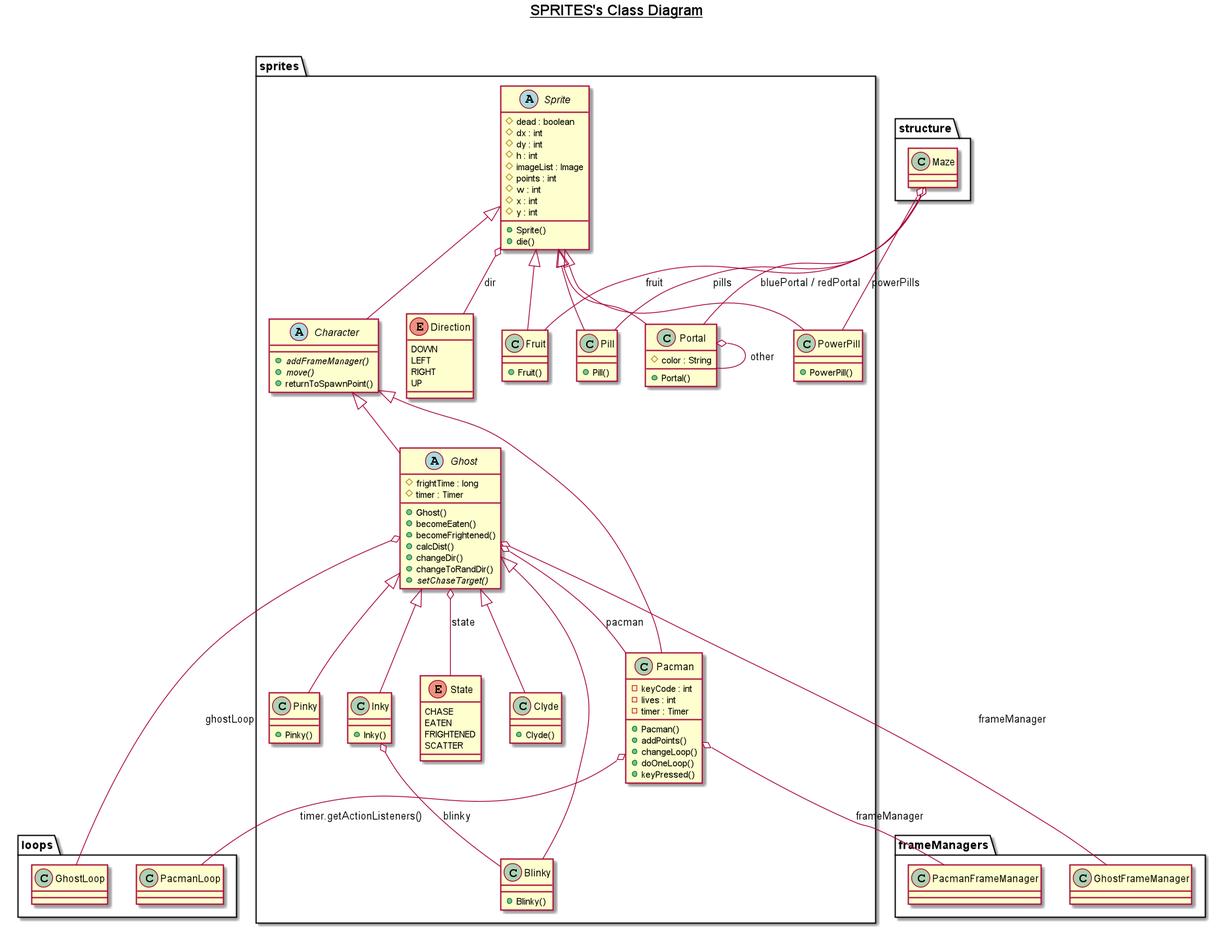
Before: UMLs/sprites.png, a diagram exported from PlantUML (frnocentini/jpacman).
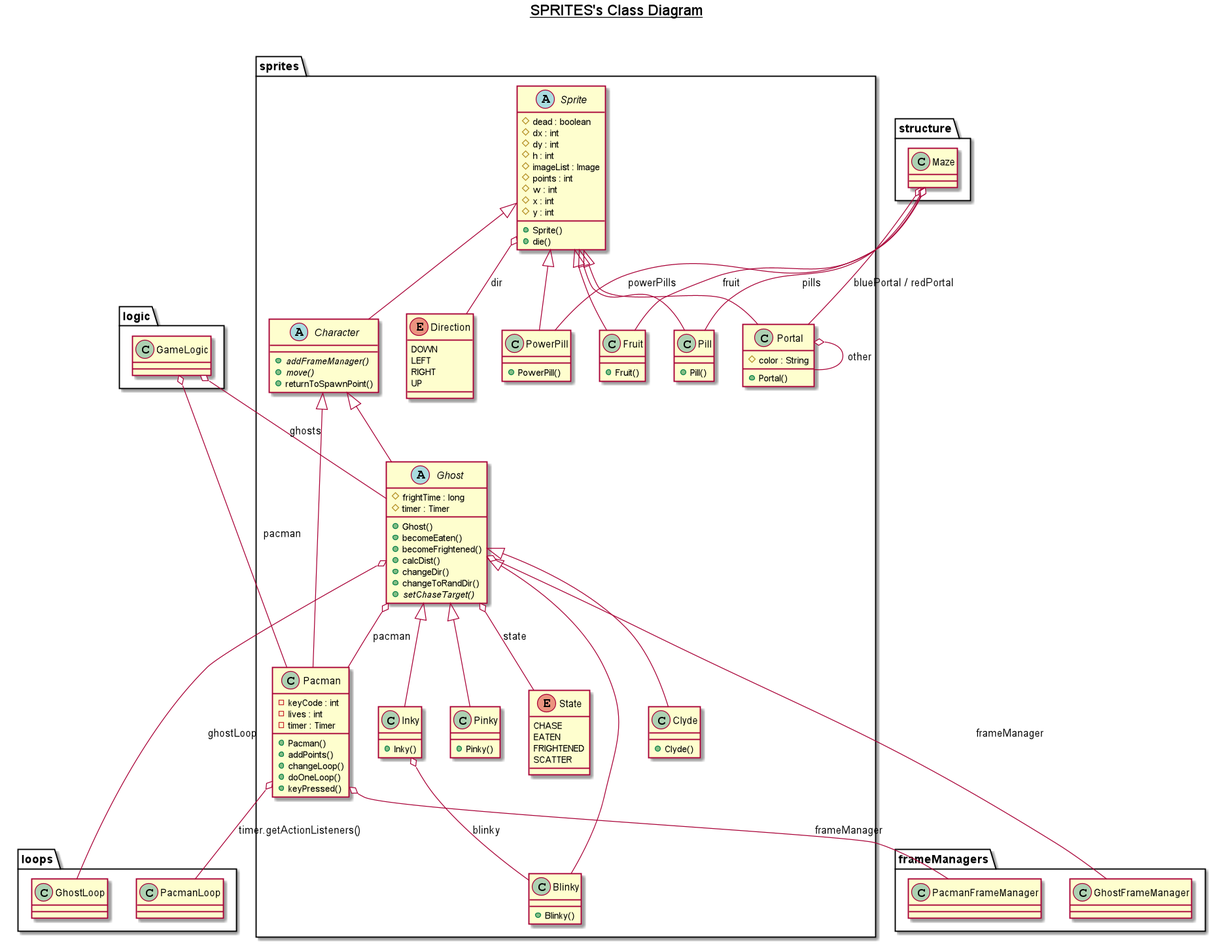
After the change.

Commit message:
Sistemato UML Sprite

What changed in the source:
```diff
@@ -101,6 +101,8 @@
   sprites.Portal o-- sprites.Portal : other
   sprites.PowerPill -up-|> sprites.Sprite
   sprites.Sprite o-- sprites.Direction : dir
+  logic.GameLogic o-- sprites.Pacman : pacman
+    logic.GameLogic o-- sprites.Ghost : ghosts
   structure.Maze o-- sprites.Portal : bluePortal / redPortal
     structure.Maze o-- sprites.Pill : pills
     structure.Maze o-- sprites.Fruit : fruit
```
